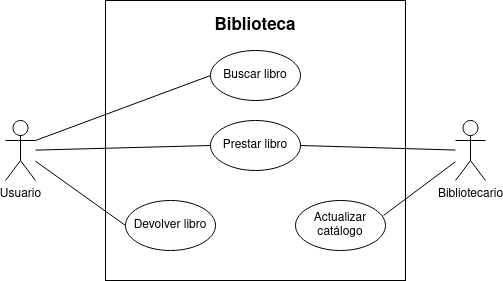
Earlier version of the draw.io export diagramas_casos_de_uso/Biblioteca/diagrama-biblioteca.drawio.png (JesusLugo2002/ETS). Source tidied: cells renumbered, new cells last; positions are measured from the earlier drawing's top-left corner, leaving out a move shared by most shapes. Source of this version:
```xml
<mxGraphModel>
  <root>
    <mxCell id="0" />
    <mxCell id="1" parent="0" />
    <mxCell id="2" style="rounded=0;whiteSpace=wrap;html=1;" parent="1" vertex="1">
      <mxGeometry x="100" width="300" height="280" as="geometry" />
    </mxCell>
    <mxCell id="3" style="rounded=0;jettySize=auto;html=1;entryX=0;entryY=0.5;entryDx=0;entryDy=0;endArrow=none;endFill=0;exitX=1;exitY=0.3333333333333333;exitDx=0;exitDy=0;exitPerimeter=0;" parent="1" edge="1" source="6" target="9">
      <mxGeometry relative="1" as="geometry" />
    </mxCell>
    <mxCell id="4" style="edgeStyle=none;shape=connector;rounded=0;jettySize=auto;html=1;entryX=0;entryY=0.5;entryDx=0;entryDy=0;labelBackgroundColor=default;strokeColor=default;align=center;verticalAlign=middle;fontFamily=Helvetica;fontSize=11;fontColor=default;endArrow=none;endFill=0;" parent="1" edge="1" source="6" target="11">
      <mxGeometry relative="1" as="geometry" />
    </mxCell>
    <mxCell id="5" style="edgeStyle=none;shape=connector;rounded=0;jettySize=auto;html=1;entryX=0;entryY=0.5;entryDx=0;entryDy=0;labelBackgroundColor=default;strokeColor=default;align=center;verticalAlign=middle;fontFamily=Helvetica;fontSize=11;fontColor=default;endArrow=none;endFill=0;" parent="1" edge="1" source="6" target="10">
      <mxGeometry relative="1" as="geometry" />
    </mxCell>
    <mxCell id="6" value="&lt;div&gt;Usuario&lt;/div&gt;&lt;div&gt;&lt;br&gt;&lt;/div&gt;" style="shape=umlActor;verticalLabelPosition=bottom;verticalAlign=top;html=1;outlineConnect=0;" parent="1" vertex="1">
      <mxGeometry y="120" width="30" height="60" as="geometry" />
    </mxCell>
    <mxCell id="7" style="edgeStyle=none;shape=connector;rounded=0;jettySize=auto;html=1;entryX=1;entryY=0.5;entryDx=0;entryDy=0;labelBackgroundColor=default;strokeColor=default;align=center;verticalAlign=middle;fontFamily=Helvetica;fontSize=11;fontColor=default;endArrow=none;endFill=0;" parent="1" edge="1" source="8" target="10">
      <mxGeometry relative="1" as="geometry" />
    </mxCell>
    <mxCell id="8" value="Bibliotecario" style="shape=umlActor;verticalLabelPosition=bottom;verticalAlign=top;html=1;outlineConnect=0;" parent="1" vertex="1">
      <mxGeometry x="450" y="120" width="30" height="60" as="geometry" />
    </mxCell>
    <mxCell id="9" value="Buscar libro" style="ellipse;whiteSpace=wrap;html=1;" parent="1" vertex="1">
      <mxGeometry x="205" y="50" width="90" height="50" as="geometry" />
    </mxCell>
    <mxCell id="10" value="Prestar libro" style="ellipse;whiteSpace=wrap;html=1;" parent="1" vertex="1">
      <mxGeometry x="205" y="120" width="90" height="50" as="geometry" />
    </mxCell>
    <mxCell id="11" value="Devolver libro" style="ellipse;whiteSpace=wrap;html=1;" parent="1" vertex="1">
      <mxGeometry x="120" y="200" width="90" height="50" as="geometry" />
    </mxCell>
    <mxCell id="12" value="Actualizar catálogo" style="ellipse;whiteSpace=wrap;html=1;" parent="1" vertex="1">
      <mxGeometry x="290" y="200" width="90" height="50" as="geometry" />
    </mxCell>
    <mxCell id="13" style="edgeStyle=none;shape=connector;rounded=0;jettySize=auto;html=1;entryX=0.978;entryY=0.3;entryDx=0;entryDy=0;entryPerimeter=0;labelBackgroundColor=default;strokeColor=default;align=center;verticalAlign=middle;fontFamily=Helvetica;fontSize=11;fontColor=default;endArrow=none;endFill=0;" parent="1" edge="1" source="8" target="12">
      <mxGeometry relative="1" as="geometry" />
    </mxCell>
    <mxCell id="14" value="Biblioteca" style="text;html=1;strokeColor=none;fillColor=none;align=center;verticalAlign=middle;whiteSpace=wrap;rounded=0;fontSize=17;fontFamily=Helvetica;fontColor=default;fontStyle=1;" parent="1" vertex="1">
      <mxGeometry x="220" y="10" width="60" height="30" as="geometry" />
    </mxCell>
  </root>
</mxGraphModel>
```
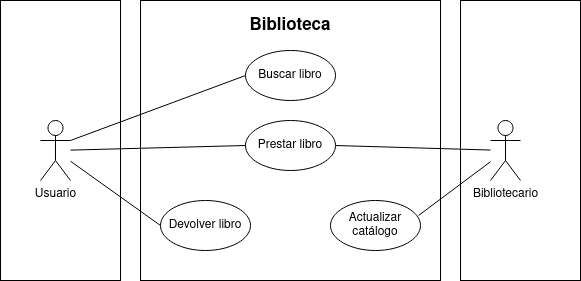
After the commit.

Change to the diagram source:
```diff
@@ -2,6 +2,12 @@
   <root>
     <mxCell id="0" />
     <mxCell id="1" parent="0" />
+    <mxCell id="15" style="rounded=0;whiteSpace=wrap;html=1;" parent="1" vertex="1">
+      <mxGeometry x="420" width="120" height="280" as="geometry" />
+    </mxCell>
+    <mxCell id="16" style="rounded=0;whiteSpace=wrap;html=1;" parent="1" vertex="1">
+      <mxGeometry x="-40" width="120" height="280" as="geometry" />
+    </mxCell>
     <mxCell id="2" style="rounded=0;whiteSpace=wrap;html=1;" parent="1" vertex="1">
       <mxGeometry x="100" width="300" height="280" as="geometry" />
     </mxCell>
```
